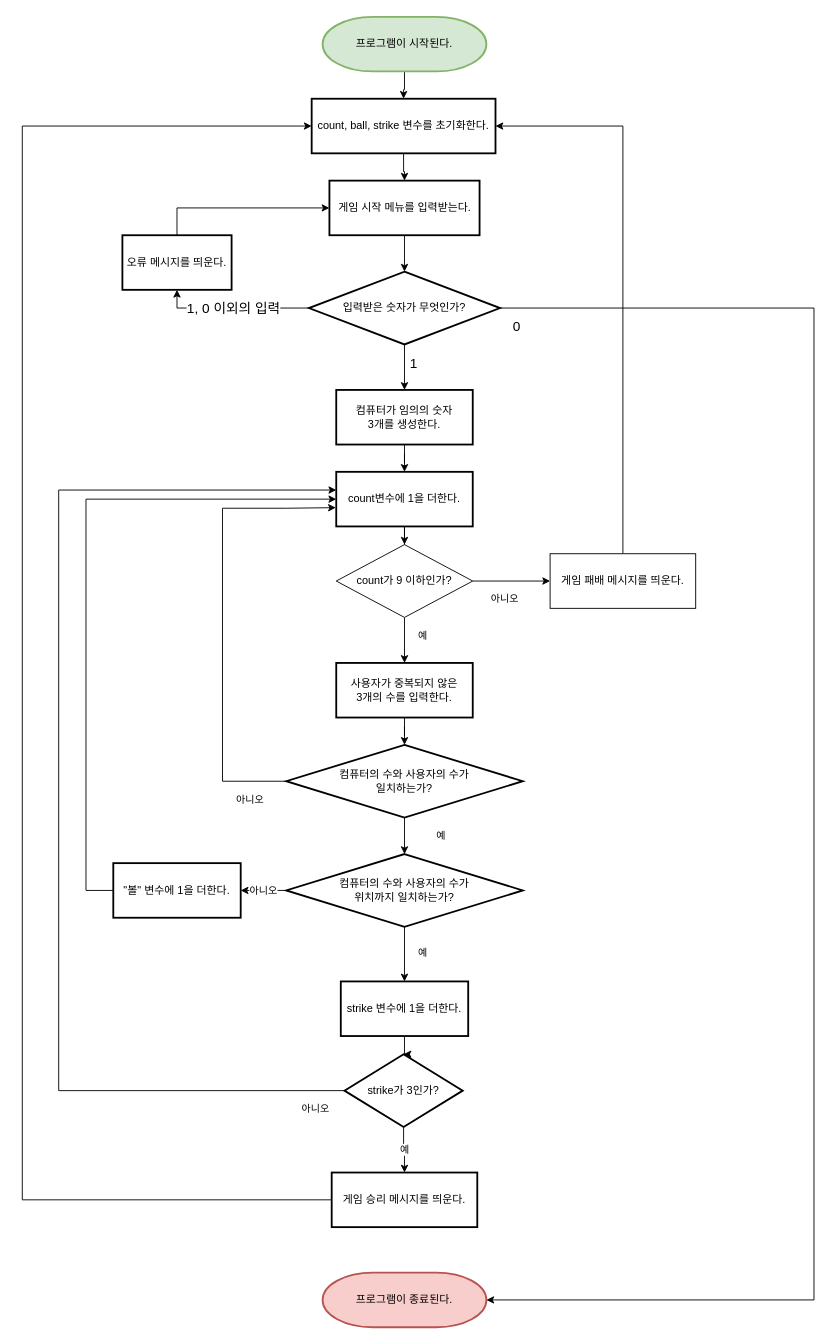
tasty-code/ios-baseball keeps this draw.io diagram as CU-1주차 숫자야구 순서도.drawio. Above is the earlier version. Source tidied: cells renumbered, new cells numbered last; positions are measured from the earlier drawing's top-left corner, leaving out a move shared by most shapes. Both pictures are drawn from the tidied source at 91%, with x=0, y=0 at pixel (22, 16).
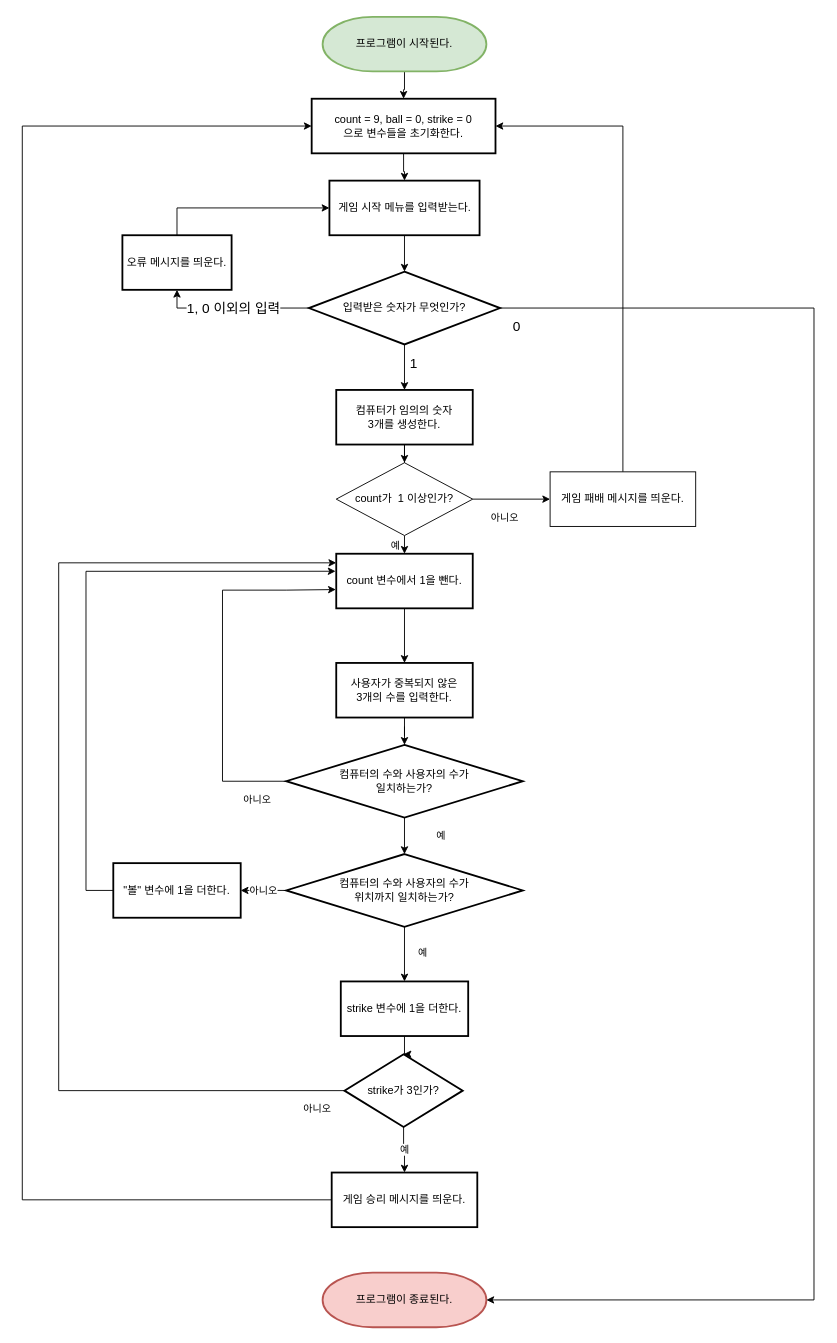
After the change.

Unchanged cells that the change refers to:
```xml
<mxCell id="5" value="사용자가 중복되지 않은&lt;br&gt;3개의 수를 입력한다." style="whiteSpace=wrap;html=1;strokeWidth=2;" parent="1" vertex="1">
  <mxGeometry x="345" y="710" width="150" height="60" as="geometry" />
</mxCell>
<mxCell id="7" value="컴퓨터의 수와 사용자의 수가&lt;br&gt;일치하는가?" style="rhombus;whiteSpace=wrap;html=1;strokeWidth=2;" parent="1" vertex="1">
  <mxGeometry x="290" y="800" width="260" height="80" as="geometry" />
</mxCell>
<mxCell id="13" value="컴퓨터가 임의의 숫자&lt;br&gt;3개를 생성한다." style="whiteSpace=wrap;html=1;strokeWidth=2;" parent="1" vertex="1">
  <mxGeometry x="345" y="410" width="150" height="60" as="geometry" />
</mxCell>
<mxCell id="29" value="&quot;볼&quot; 변수에 1을 더한다." style="whiteSpace=wrap;html=1;strokeWidth=2;" parent="1" vertex="1">
  <mxGeometry x="100" y="930" width="140" height="60" as="geometry" />
</mxCell>
<mxCell id="34" value="strike가 3인가?" style="rhombus;whiteSpace=wrap;html=1;strokeWidth=2;" parent="1" vertex="1">
  <mxGeometry x="354" y="1140" width="130" height="80" as="geometry" />
</mxCell>
```

Change to the diagram source:
```diff
@@
     <mxCell id="8" value="아니오" style="edgeStyle=segmentEdgeStyle;endArrow=classic;html=1;rounded=0;exitX=0;exitY=0.5;exitDx=0;exitDy=0;fontSize=11;entryX=-0.003;entryY=0.656;entryDx=0;entryDy=0;entryPerimeter=0;" parent="1" edge="1" source="7" target="15">
       <mxGeometry x="-0.84" y="20" relative="1" as="geometry">
         <Array as="points">
           <mxPoint x="220" y="840" />
-          <mxPoint x="220" y="540" />
-          <mxPoint x="290" y="540" />
+          <mxPoint x="220" y="630" />
+          <mxPoint x="290" y="630" />
         </Array>
       </mxGeometry>
     </mxCell>
@@
-    <mxCell id="12" style="edgeStyle=orthogonalEdgeStyle;rounded=0;jettySize=auto;html=1;entryX=0.5;entryY=0;entryDx=0;entryDy=0;fontSize=15;" parent="1" edge="1" source="13" target="15">
-      <mxGeometry relative="1" as="geometry" />
-    </mxCell>
+    <mxCell id="41" style="edgeStyle=orthogonalEdgeStyle;rounded=0;jettySize=auto;html=1;entryX=0.5;entryY=0;entryDx=0;entryDy=0;" parent="1" edge="1" source="13" target="18">
+      <mxGeometry relative="1" as="geometry" />
+    </mxCell>
@@
-    <mxCell id="14" style="edgeStyle=orthogonalEdgeStyle;rounded=0;jettySize=auto;html=1;entryX=0.5;entryY=0;entryDx=0;entryDy=0;" parent="1" edge="1" source="15" target="18">
-      <mxGeometry relative="1" as="geometry" />
-    </mxCell>
+    <mxCell id="42" style="edgeStyle=orthogonalEdgeStyle;rounded=0;jettySize=auto;html=1;entryX=0.5;entryY=0;entryDx=0;entryDy=0;" parent="1" edge="1" source="15" target="5">
+      <mxGeometry relative="1" as="geometry" />
+    </mxCell>
-    <mxCell id="15" value="count변수에 1을 더한다." style="whiteSpace=wrap;html=1;strokeWidth=2;" parent="1" vertex="1">
-      <mxGeometry x="345" y="500" width="150" height="60" as="geometry" />
+    <mxCell id="15" value="count 변수에서 1을 뺀다." style="whiteSpace=wrap;html=1;strokeWidth=2;" parent="1" vertex="1">
+      <mxGeometry x="345" y="590" width="150" height="60" as="geometry" />
     </mxCell>
-    <mxCell id="16" value="예" style="edgeStyle=orthogonalEdgeStyle;rounded=0;jettySize=auto;html=1;entryX=0.5;entryY=0;entryDx=0;entryDy=0;" parent="1" edge="1" source="18" target="5">
-      <mxGeometry x="-0.2" y="20" relative="1" as="geometry" />
+    <mxCell id="16" value="예" style="edgeStyle=orthogonalEdgeStyle;rounded=0;jettySize=auto;html=1;" parent="1" edge="1" source="18">
+      <mxGeometry y="-10" relative="1" as="geometry">
+        <mxPoint x="420" y="590" as="targetPoint" />
+      </mxGeometry>
     </mxCell>
@@
-    <mxCell id="18" value="count가 9 이하인가?" style="rhombus;whiteSpace=wrap;html=1;" parent="1" vertex="1">
-      <mxGeometry x="345" y="580" width="150" height="80" as="geometry" />
+    <mxCell id="18" value="count가&amp;nbsp; 1 이상인가?" style="rhombus;whiteSpace=wrap;html=1;" parent="1" vertex="1">
+      <mxGeometry x="345" y="490" width="150" height="80" as="geometry" />
     </mxCell>
@@
-    <mxCell id="28" style="edgeStyle=orthogonalEdgeStyle;rounded=0;jettySize=auto;html=1;fontSize=11;entryX=0;entryY=0.5;entryDx=0;entryDy=0;" parent="1" edge="1" source="29" target="15">
+    <mxCell id="28" style="edgeStyle=orthogonalEdgeStyle;rounded=0;jettySize=auto;html=1;fontSize=11;entryX=-0.005;entryY=0.321;entryDx=0;entryDy=0;entryPerimeter=0;" parent="1" edge="1" source="29" target="15">
       <mxGeometry relative="1" as="geometry">
         <Array as="points">
           <mxPoint x="70" y="960" />
-          <mxPoint x="70" y="530" />
+          <mxPoint x="70" y="609" />
         </Array>
       </mxGeometry>
     </mxCell>
@@
-    <mxCell id="33" value="아니오" style="edgeStyle=orthogonalEdgeStyle;rounded=0;jettySize=auto;html=1;fontSize=11;exitX=0;exitY=0.5;exitDx=0;exitDy=0;" parent="1" edge="1" source="34">
+    <mxCell id="33" value="아니오" style="edgeStyle=orthogonalEdgeStyle;rounded=0;jettySize=auto;html=1;fontSize=11;exitX=0;exitY=0.5;exitDx=0;exitDy=0;" parent="1" edge="1" source="34" target="15">
       <mxGeometry x="-0.95" y="20" relative="1" as="geometry">
-        <mxPoint x="345" y="520" as="targetPoint" />
         <Array as="points">
           <mxPoint x="40" y="1180" />
-          <mxPoint x="40" y="520" />
+          <mxPoint x="40" y="600" />
         </Array>
       </mxGeometry>
     </mxCell>
@@
     <mxCell id="38" value="게임 패배 메시지를 띄운다." style="whiteSpace=wrap;html=1;" parent="1" vertex="1">
-      <mxGeometry x="580" y="590" width="160" height="60" as="geometry" />
+      <mxGeometry x="580" y="500" width="160" height="60" as="geometry" />
     </mxCell>
@@
-    <mxCell id="40" value="count, ball, strike 변수를 초기화한다." style="whiteSpace=wrap;html=1;strokeWidth=2;" parent="1" vertex="1">
+    <mxCell id="40" value="count = 9, ball = 0, strike = 0&lt;br&gt;으로 변수들을 초기화한다." style="whiteSpace=wrap;html=1;strokeWidth=2;" parent="1" vertex="1">
       <mxGeometry x="318" y="90" width="202" height="60" as="geometry" />
     </mxCell>
```
